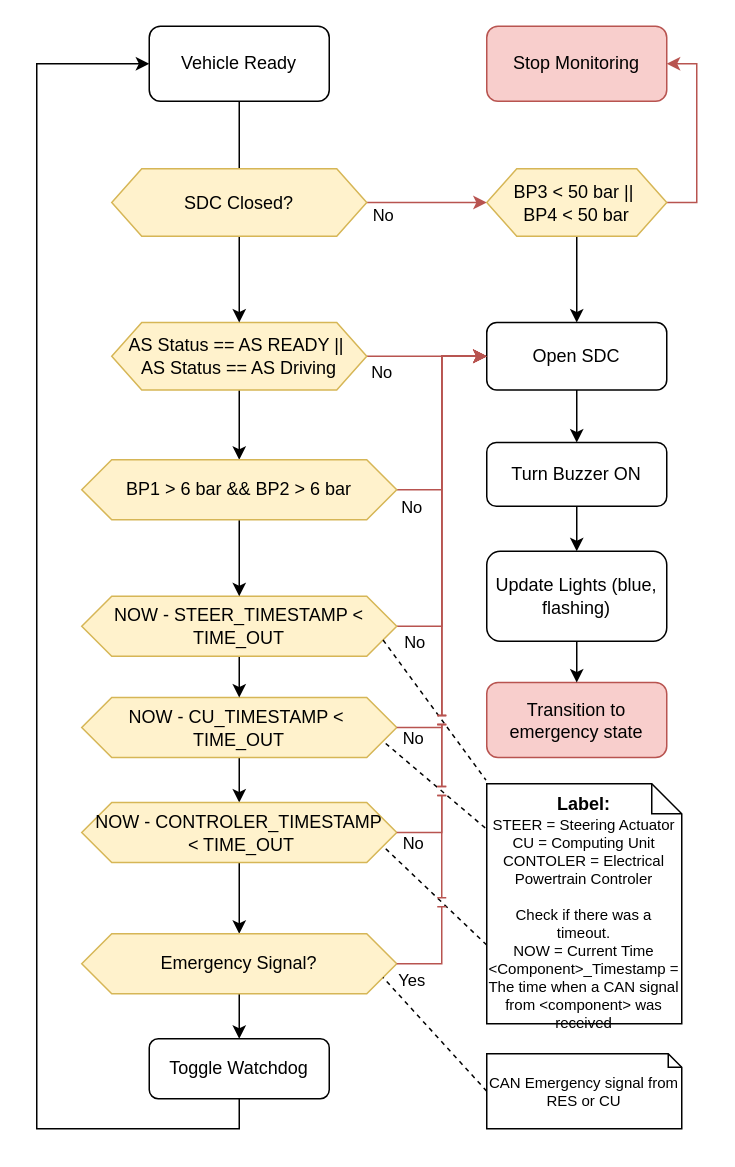
Before: docs/diagrams/Master/ASF/ASB Continuous Monitoring Flowchart.drawio in fs-feup/el-sw, a draw.io diagram. Source tidied: cells renumbered, new cells numbered last; positions are measured from the earlier drawing's top-left corner, leaving out a move shared by most shapes. Both pictures are drawn from the tidied source at 150%, with x=0, y=0 at pixel (36, 26).
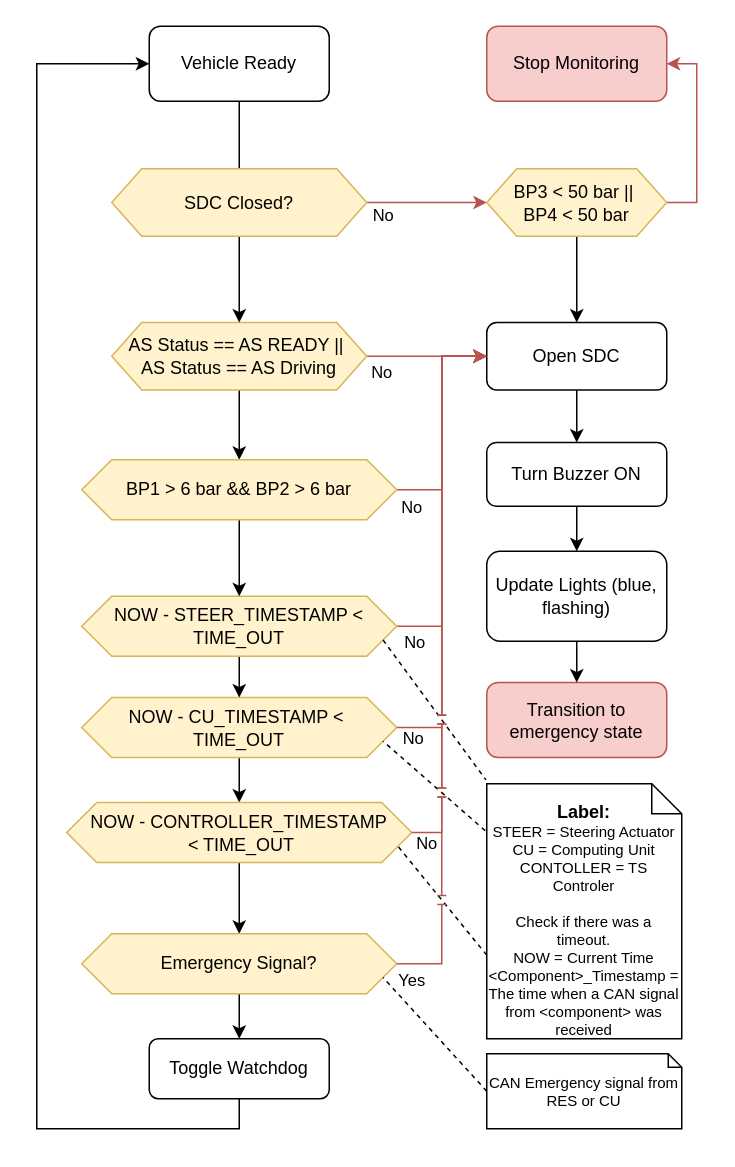
The same page after the edit.

Commit message (it also covers changes not shown here):
fix: applied fixes to diagrams according to notion comments

Change to the diagram source:
```diff
@@
-    <mxCell id="5" value="NOW - CONTROLER_TIMESTAMP&lt;div&gt;&amp;nbsp;&amp;lt; TIME_OUT&lt;/div&gt;" style="shape=hexagon;perimeter=hexagonPerimeter2;whiteSpace=wrap;html=1;fixedSize=1;fillColor=#fff2cc;strokeColor=#d6b656;" parent="1" vertex="1">
-      <mxGeometry x="30" y="517.5" width="210" height="40" as="geometry" />
+    <mxCell id="5" value="NOW - CONTROLLER_TIMESTAMP&lt;div&gt;&amp;nbsp;&amp;lt; TIME_OUT&lt;/div&gt;" style="shape=hexagon;perimeter=hexagonPerimeter2;whiteSpace=wrap;html=1;fixedSize=1;fillColor=#fff2cc;strokeColor=#d6b656;" parent="1" vertex="1">
+      <mxGeometry x="20" y="517.5" width="230" height="40" as="geometry" />
     </mxCell>
@@
-    <mxCell id="20" value="&lt;div style=&quot;font-size: 10px;&quot;&gt;&lt;br&gt;&lt;/div&gt;&lt;div style=&quot;font-size: 10px;&quot;&gt;&lt;div&gt;&lt;font style=&quot;font-size: 12px;&quot;&gt;&lt;b&gt;Label:&lt;/b&gt;&lt;/font&gt;&lt;br&gt;&lt;/div&gt;&lt;div&gt;&lt;span style=&quot;background-color: initial;&quot;&gt;STEER = Steering Actuator&lt;/span&gt;&lt;/div&gt;&lt;div&gt;CU = Computing Unit&lt;/div&gt;&lt;div&gt;CONTOLER = Electrical Powertrain Controler&lt;/div&gt;&lt;div&gt;&lt;br&gt;&lt;/div&gt;&lt;/div&gt;&lt;div style=&quot;font-size: 10px;&quot;&gt;Check if there was a timeout.&lt;br&gt;&lt;/div&gt;&lt;div style=&quot;font-size: 10px;&quot;&gt;NOW = Current Time&lt;/div&gt;&lt;div style=&quot;font-size: 10px;&quot;&gt;&amp;lt;Component&amp;gt;_Timestamp = The time when a CAN signal from &amp;lt;component&amp;gt; was received&lt;br style=&quot;font-size: 10px;&quot;&gt;&lt;/div&gt;" style="shape=note;size=20;whiteSpace=wrap;html=1;fontSize=10;" parent="1" vertex="1">
-      <mxGeometry x="300" y="505" width="130" height="160" as="geometry" />
+    <mxCell id="20" value="&lt;div style=&quot;font-size: 10px;&quot;&gt;&lt;br&gt;&lt;/div&gt;&lt;div style=&quot;font-size: 10px;&quot;&gt;&lt;div&gt;&lt;font style=&quot;font-size: 12px;&quot;&gt;&lt;b&gt;Label:&lt;/b&gt;&lt;/font&gt;&lt;br&gt;&lt;/div&gt;&lt;div&gt;&lt;span style=&quot;background-color: initial;&quot;&gt;STEER = Steering Actuator&lt;/span&gt;&lt;/div&gt;&lt;div&gt;CU = Computing Unit&lt;/div&gt;&lt;div&gt;CONTOLLER = TS Controler&lt;/div&gt;&lt;div&gt;&lt;br&gt;&lt;/div&gt;&lt;/div&gt;&lt;div style=&quot;font-size: 10px;&quot;&gt;Check if there was a timeout.&lt;br&gt;&lt;/div&gt;&lt;div style=&quot;font-size: 10px;&quot;&gt;NOW = Current Time&lt;/div&gt;&lt;div style=&quot;font-size: 10px;&quot;&gt;&amp;lt;Component&amp;gt;_Timestamp = The time when a CAN signal from &amp;lt;component&amp;gt; was received&lt;br style=&quot;font-size: 10px;&quot;&gt;&lt;/div&gt;" style="shape=note;size=20;whiteSpace=wrap;html=1;fontSize=10;" parent="1" vertex="1">
+      <mxGeometry x="300" y="505" width="130" height="170" as="geometry" />
     </mxCell>
```
